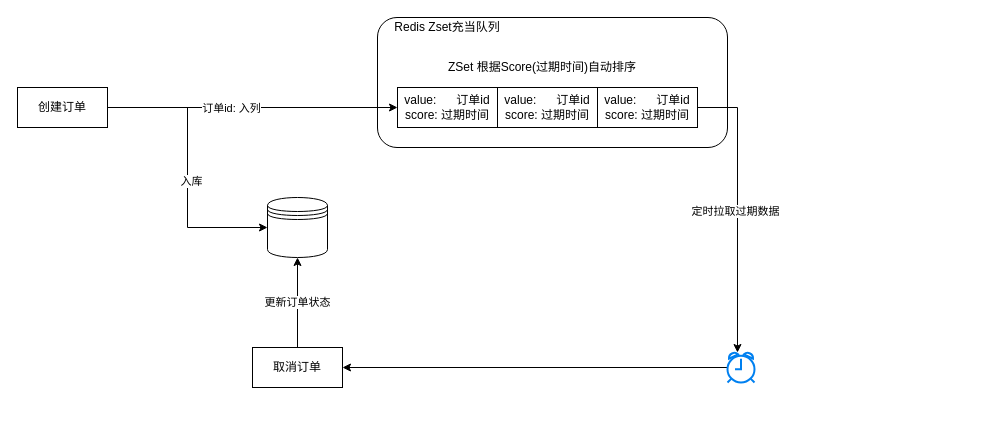
Earlier version of the draw.io diagram 未命名绘图.drawio (yangsp1/yangsp1.github.io). Source tidied: cells renumbered, new cells numbered last; positions are measured from the earlier drawing's top-left corner, leaving out a move shared by most shapes. Both pictures are drawn from the tidied source at 100%, with x=0, y=0 at pixel (17, 17).
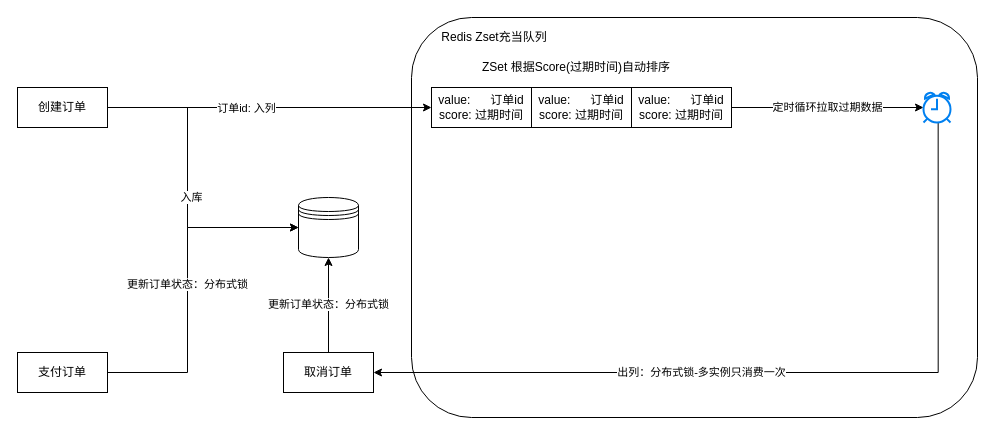
Above is the later version.

Commit message:
更新未命名绘图.drawio

The change refers to these unchanged cells:
```xml
<mxCell id="8" value="创建订单" style="rounded=0;whiteSpace=wrap;html=1;" parent="1" vertex="1">
  <mxGeometry y="70" width="90" height="40" as="geometry" />
</mxCell>
```

Diff of the diagram source:
```diff
@@
     <mxCell id="2" style="rounded=1;whiteSpace=wrap;html=1;" parent="1" vertex="1">
-      <mxGeometry x="360" width="350" height="130" as="geometry" />
+      <mxGeometry x="394" width="566" height="400" as="geometry" />
     </mxCell>
     <mxCell id="3" value="value:&amp;nbsp; &amp;nbsp; &amp;nbsp; 订单id&lt;br&gt;score: 过期时间" style="rounded=0;whiteSpace=wrap;html=1;" parent="1" vertex="1">
-      <mxGeometry x="380" y="70" width="100" height="40" as="geometry" />
+      <mxGeometry x="414" y="70" width="100" height="40" as="geometry" />
     </mxCell>
@@
     <mxCell id="6" style="edgeStyle=orthogonalEdgeStyle;rounded=0;jettySize=auto;html=1;entryX=0;entryY=0.5;entryDx=0;entryDy=0;" parent="1" edge="1" source="8" target="9">
-      <mxGeometry relative="1" as="geometry" />
+      <mxGeometry relative="1" as="geometry">
+        <Array as="points">
+          <mxPoint x="170" y="90" />
+          <mxPoint x="170" y="210" />
+        </Array>
+      </mxGeometry>
     </mxCell>
@@
     <mxCell id="9" style="shape=datastore;whiteSpace=wrap;html=1;" parent="1" vertex="1">
-      <mxGeometry x="250" y="180" width="60" height="60" as="geometry" />
+      <mxGeometry x="281" y="180" width="60" height="60" as="geometry" />
     </mxCell>
     <mxCell id="10" value="value:&amp;nbsp; &amp;nbsp; &amp;nbsp; 订单id&lt;br&gt;score: 过期时间" style="rounded=0;whiteSpace=wrap;html=1;" parent="1" vertex="1">
-      <mxGeometry x="480" y="70" width="100" height="40" as="geometry" />
+      <mxGeometry x="514" y="70" width="100" height="40" as="geometry" />
     </mxCell>
-    <mxCell id="11" style="edgeStyle=orthogonalEdgeStyle;rounded=0;jettySize=auto;html=1;entryX=0.37;entryY=0;entryDx=0;entryDy=0;entryPerimeter=0;" parent="1" edge="1" source="13" target="17">
+    <mxCell id="11" value="&#10;&#10;&lt;span style=&quot;color: rgb(0, 0, 0); font-family: helvetica; font-size: 11px; font-style: normal; font-weight: 400; letter-spacing: normal; text-align: center; text-indent: 0px; text-transform: none; word-spacing: 0px; background-color: rgb(255, 255, 255); display: inline; float: none;&quot;&gt;定时循环拉取过期数据&lt;/span&gt;&#10;&#10;" style="edgeStyle=orthogonalEdgeStyle;rounded=0;jettySize=auto;html=1;exitX=1;exitY=0.5;exitDx=0;exitDy=0;" parent="1" edge="1" source="13" target="17">
       <mxGeometry relative="1" as="geometry" />
     </mxCell>
-    <mxCell id="12" value="定时拉取过期数据" style="edgeLabel;html=1;align=center;verticalAlign=middle;" parent="11" vertex="1">
-      <mxGeometry x="0.01" y="-2" relative="1" as="geometry" />
-    </mxCell>
     <mxCell id="13" value="value:&amp;nbsp; &amp;nbsp; &amp;nbsp; 订单id&lt;br&gt;score: 过期时间" style="rounded=0;whiteSpace=wrap;html=1;" parent="1" vertex="1">
-      <mxGeometry x="580" y="70" width="100" height="40" as="geometry" />
+      <mxGeometry x="614" y="70" width="100" height="40" as="geometry" />
     </mxCell>
-    <mxCell id="14" value="更新订单状态" style="edgeStyle=orthogonalEdgeStyle;rounded=0;jettySize=auto;html=1;entryX=0.5;entryY=1;entryDx=0;entryDy=0;" parent="1" edge="1" source="15" target="9">
+    <mxCell id="14" value="更新订单状态：分布式锁" style="edgeStyle=orthogonalEdgeStyle;rounded=0;jettySize=auto;html=1;entryX=0.5;entryY=1;entryDx=0;entryDy=0;" parent="1" edge="1" source="15" target="9">
       <mxGeometry relative="1" as="geometry" />
     </mxCell>
     <mxCell id="15" value="取消订单" style="rounded=0;whiteSpace=wrap;html=1;" parent="1" vertex="1">
-      <mxGeometry x="235" y="330" width="90" height="40" as="geometry" />
+      <mxGeometry x="266" y="335" width="90" height="40" as="geometry" />
     </mxCell>
-    <mxCell id="16" style="edgeStyle=orthogonalEdgeStyle;rounded=0;jettySize=auto;html=1;entryX=1;entryY=0.5;entryDx=0;entryDy=0;" parent="1" edge="1" source="17" target="15">
+    <mxCell id="16" style="edgeStyle=orthogonalEdgeStyle;rounded=0;jettySize=auto;html=1;entryX=1;entryY=0.5;entryDx=0;entryDy=0;exitX=0.543;exitY=0.989;exitDx=0;exitDy=0;exitPerimeter=0;" parent="1" edge="1" source="17" target="15">
       <mxGeometry relative="1" as="geometry" />
     </mxCell>
+    <mxCell id="20" value="出列：分布式锁-多实例只消费一次" style="edgeLabel;html=1;align=center;verticalAlign=middle;" parent="16" vertex="1">
+      <mxGeometry x="0.2" y="-1" relative="1" as="geometry">
+        <mxPoint x="1" as="offset" />
+      </mxGeometry>
+    </mxCell>
     <mxCell id="17" style="html=1;verticalLabelPosition=bottom;align=center;labelBackgroundColor=#ffffff;verticalAlign=top;strokeWidth=2;strokeColor=#0080F0;shadow=0;dashed=0;shape=mxgraph.ios7.icons.alarm_clock;" parent="1" vertex="1">
-      <mxGeometry x="710" y="335" width="27" height="30" as="geometry" />
+      <mxGeometry x="906" y="75" width="27" height="30" as="geometry" />
     </mxCell>
     <mxCell id="18" value="ZSet 根据Score(过期时间)自动排序" style="text;html=1;strokeColor=none;fillColor=none;align=center;verticalAlign=middle;whiteSpace=wrap;rounded=0;" parent="1" vertex="1">
-      <mxGeometry x="420" y="40" width="210" height="20" as="geometry" />
+      <mxGeometry x="454" y="40" width="210" height="20" as="geometry" />
     </mxCell>
     <mxCell id="19" value="Redis Zset充当队列" style="text;html=1;strokeColor=none;fillColor=none;align=center;verticalAlign=middle;whiteSpace=wrap;rounded=0;" parent="1" vertex="1">
-      <mxGeometry x="367" width="126" height="20" as="geometry" />
+      <mxGeometry x="414" y="10" width="126" height="20" as="geometry" />
     </mxCell>
+    <mxCell id="21" value="更新订单状态：分布式锁" style="edgeStyle=orthogonalEdgeStyle;rounded=0;jettySize=auto;html=1;exitX=1;exitY=0.5;exitDx=0;exitDy=0;entryX=0;entryY=0.5;entryDx=0;entryDy=0;" parent="1" edge="1" source="22" target="9">
+      <mxGeometry relative="1" as="geometry">
+        <Array as="points">
+          <mxPoint x="170" y="355" />
+          <mxPoint x="170" y="210" />
+        </Array>
+      </mxGeometry>
+    </mxCell>
+    <mxCell id="22" value="支付订单" style="rounded=0;whiteSpace=wrap;html=1;" parent="1" vertex="1">
+      <mxGeometry y="335" width="90" height="40" as="geometry" />
+    </mxCell>
```
